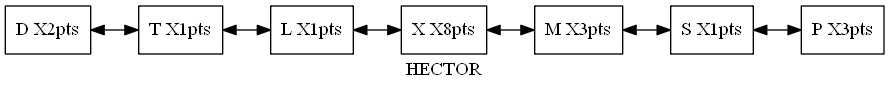
Earlier version of the Graphviz export Reportes/ListaJugador.png (hr9457/EDD_1S2020_PY1_201314296). Its source is kept beside it as ArchivosDot/ListaJugador.dot.
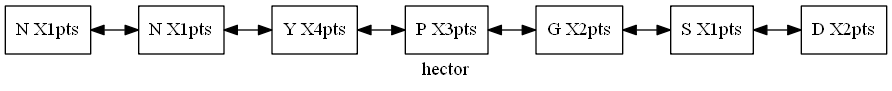
After the commit.

Diff of the diagram source:
```diff
@@ -1,18 +1,18 @@
 digraph Lista {
 rankdir=LR;
 node [shape=record];
-Nodo0[label="D  X2pts"]
-Nodo1[label="T  X1pts"]
-Nodo2[label="L  X1pts"]
-Nodo3[label="X  X8pts"]
-Nodo4[label="M  X3pts"]
+Nodo0[label="N  X1pts"]
+Nodo1[label="N  X1pts"]
+Nodo2[label="Y  X4pts"]
+Nodo3[label="P  X3pts"]
+Nodo4[label="G  X2pts"]
 Nodo5[label="S  X1pts"]
-Nodo6[label="P  X3pts"]
+Nodo6[label="D  X2pts"]
 Nodo0->Nodo1[dir=both];
 Nodo1->Nodo2[dir=both];
 Nodo2->Nodo3[dir=both];
 Nodo3->Nodo4[dir=both];
 Nodo4->Nodo5[dir=both];
 Nodo5->Nodo6[dir=both];
-label="HECTOR";
+label="hector";
 }
```
